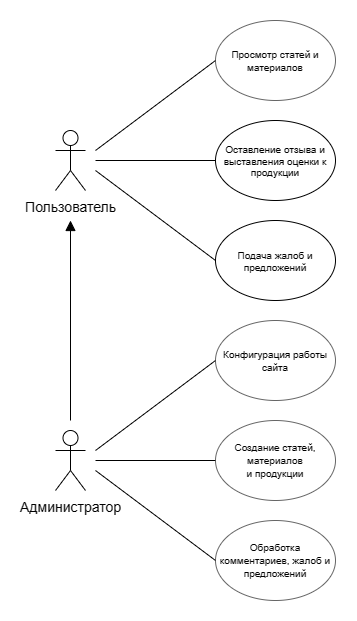
Before: Диаграммы/Варианты использования.png, a diagram exported from draw.io (Artyomkin141z/bread). Source tidied: cells renumbered, new cells last; positions are measured from the earlier drawing's top-left corner, leaving out a move shared by most shapes.
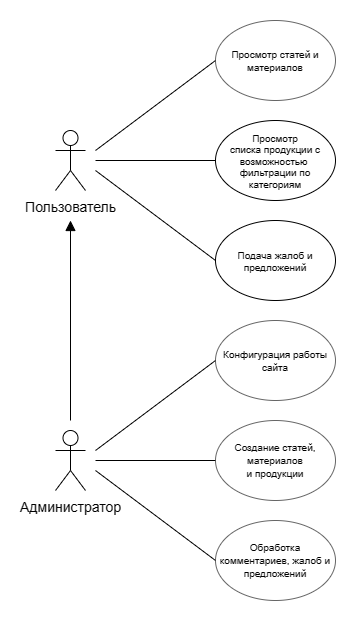
Later version of the same file.

What changed in the source:
```diff
@@ -27,7 +27,7 @@
         <mxPoint x="40" y="140" as="targetPoint" />
       </mxGeometry>
     </mxCell>
-    <mxCell id="8" value="&lt;p style=&quot;line-height: 60%;&quot;&gt;&lt;span style=&quot;font-size: 10px;&quot;&gt;Оставление отзыва и выставления оценки к продукции&lt;/span&gt;&lt;/p&gt;" style="ellipse;whiteSpace=wrap;html=1;fontSize=16;" parent="1" vertex="1">
+    <mxCell id="8" value="&lt;p style=&quot;line-height: 60%;&quot;&gt;&lt;font style=&quot;font-size: 10px;&quot;&gt;Просмотр &lt;br&gt;списка продукции с возможностью&amp;nbsp;&lt;br&gt;фильтрации по категориям&lt;/font&gt;&lt;/p&gt;" style="ellipse;whiteSpace=wrap;html=1;fontSize=16;" parent="1" vertex="1">
       <mxGeometry x="160" y="100" width="120" height="80" as="geometry" />
     </mxCell>
     <mxCell id="9" style="edgeStyle=none;curved=1;rounded=0;jettySize=auto;html=1;fontSize=12;startSize=8;endSize=8;endArrow=none;endFill=0;exitX=0;exitY=0.5;exitDx=0;exitDy=0;" parent="1" edge="1" source="10">
```
